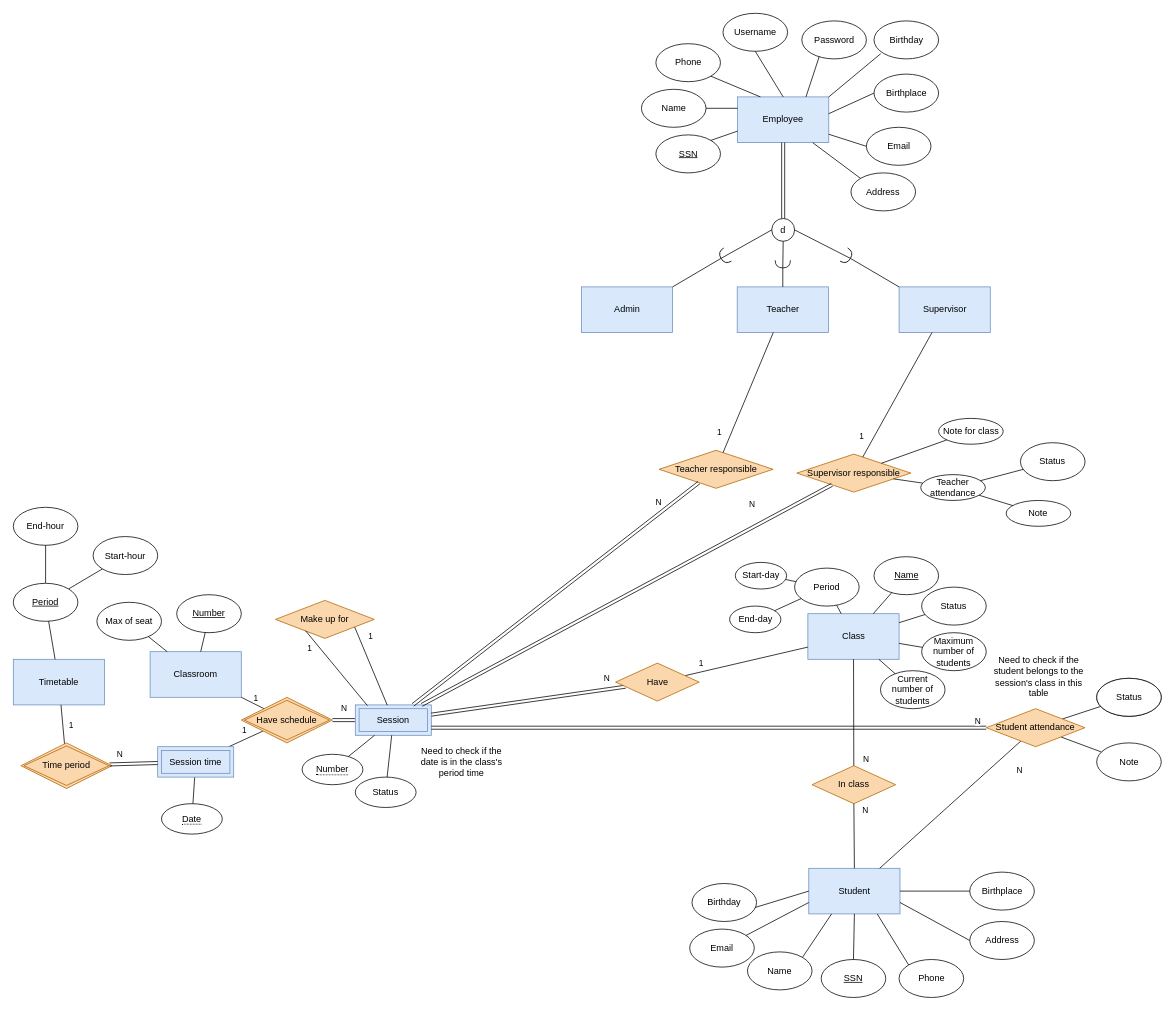
This is page "Copy of Main" (2 of 3) of Week 3/ERD.drawio from astr0tas/English-Center-Attendance-Check, a draw.io file, before an edit. Source tidied: cells renumbered, new cells numbered last; positions are measured from the earlier drawing's top-left corner, leaving out a move shared by most shapes. Both pictures are drawn from the tidied source at 76%, with x=0, y=0 at pixel (13, 13).
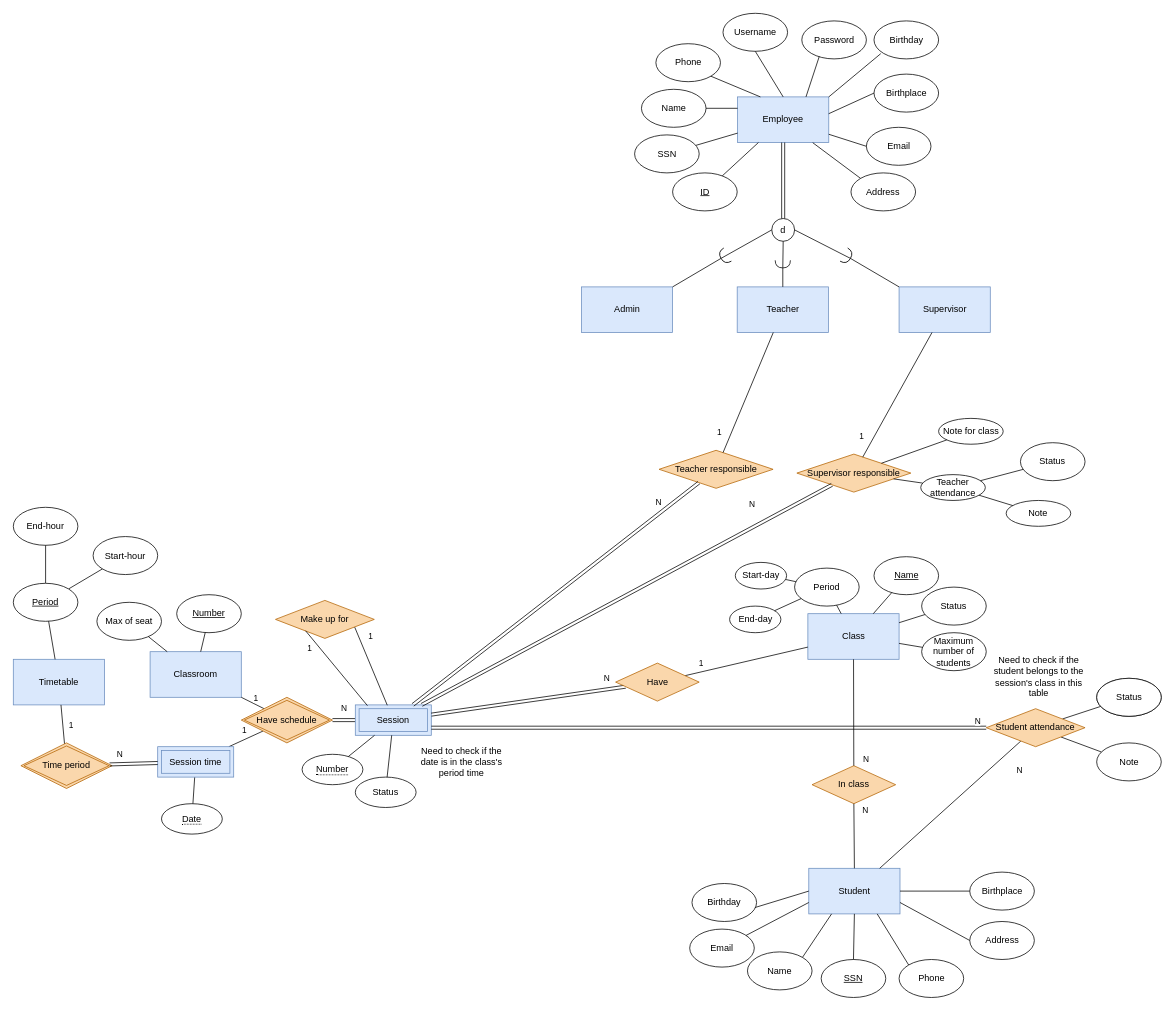
The same diagram, later.

Unchanged cells that the change refers to:
```xml
<mxCell id="4" value="Class" style="rounded=0;whiteSpace=wrap;html=1;fillColor=#dae8fc;strokeColor=#6c8ebf;" parent="1" vertex="1">
  <mxGeometry x="1045.5" y="790" width="120" height="60" as="geometry" />
</mxCell>
<mxCell id="5" value="Employee" style="rounded=0;whiteSpace=wrap;html=1;fillColor=#dae8fc;strokeColor=#6c8ebf;" parent="1" vertex="1">
  <mxGeometry x="953" y="110" width="120" height="60" as="geometry" />
</mxCell>
```

Diff of the diagram source:
```diff
@@
-    <mxCell id="10" value="&lt;u&gt;SSN&lt;/u&gt;" style="ellipse;whiteSpace=wrap;html=1;" parent="1" vertex="1">
-      <mxGeometry x="845.5" y="160" width="85" height="50" as="geometry" />
+    <mxCell id="10" value="&lt;u&gt;ID&lt;/u&gt;" style="ellipse;whiteSpace=wrap;html=1;" parent="1" vertex="1">
+      <mxGeometry x="867.5" y="210" width="85" height="50" as="geometry" />
     </mxCell>
@@
-    <mxCell id="17" style="endArrow=none;html=1;rounded=0;entryX=1;entryY=0;entryDx=0;entryDy=0;exitX=0;exitY=0.75;exitDx=0;exitDy=0;" parent="1" edge="1" source="5" target="10">
+    <mxCell id="17" style="endArrow=none;html=1;rounded=0;" parent="1" edge="1" source="5" target="10">
       <mxGeometry relative="1" as="geometry" />
     </mxCell>
@@
-    <mxCell id="104" value="Current number of students" style="ellipse;whiteSpace=wrap;html=1;" parent="1" vertex="1">
-      <mxGeometry x="1141" y="865" width="85" height="50" as="geometry" />
-    </mxCell>
-    <mxCell id="105" style="endArrow=none;html=1;rounded=0;" parent="1" edge="1" source="104" target="4">
-      <mxGeometry relative="1" as="geometry" />
-    </mxCell>
@@
+    <mxCell id="133" style="endArrow=none;html=1;rounded=0;" parent="1" edge="1" source="5" target="134">
+      <mxGeometry relative="1" as="geometry" />
+    </mxCell>
+    <mxCell id="134" value="SSN" style="ellipse;whiteSpace=wrap;html=1;" parent="1" vertex="1">
+      <mxGeometry x="817.5" y="160" width="85" height="50" as="geometry" />
+    </mxCell>
```
